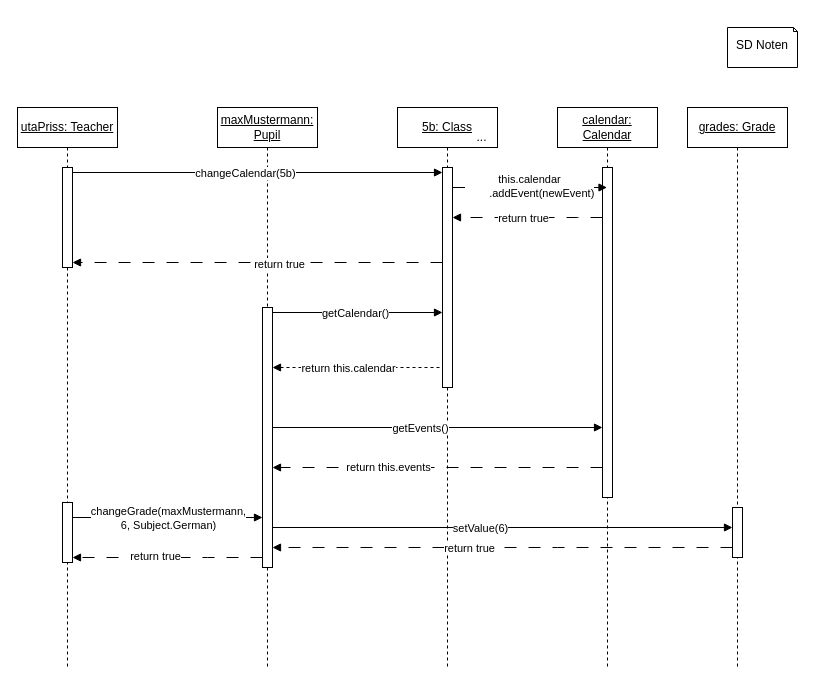
Before: Sequenzdiagramm.drawio in TrainFan1804/SchulverwaltungUML, a draw.io diagram. Source tidied: cells renumbered, new cells numbered last; positions are measured from the earlier drawing's top-left corner, leaving out a move shared by most shapes. Both pictures are drawn from the tidied source at 100%, with x=0, y=0 at pixel (17, 27).
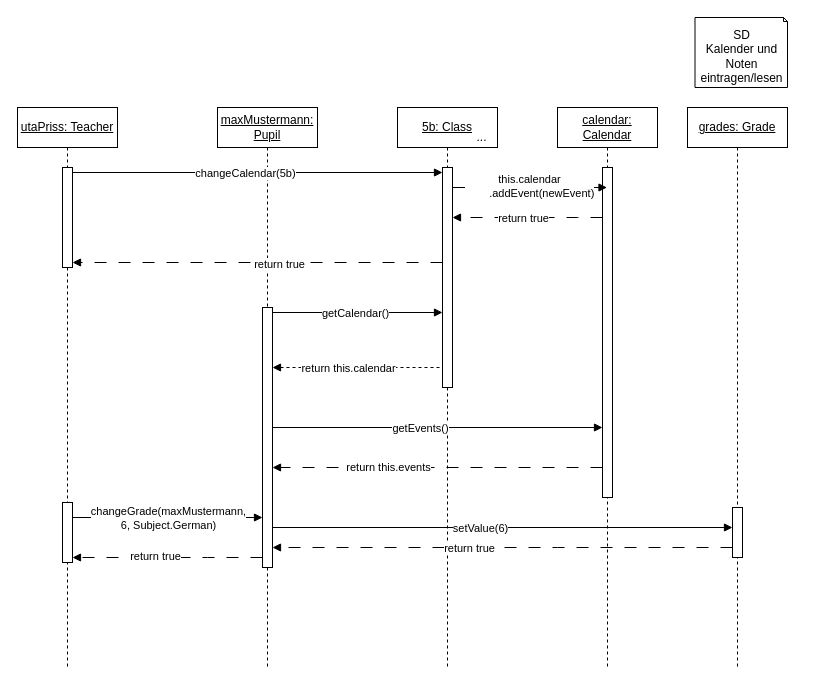
Above is the later version.

Change to the diagram source:
```diff
@@
-    <mxCell id="2" value="SD Noten" style="shape=note2;boundedLbl=1;whiteSpace=wrap;html=1;size=4;verticalAlign=top;align=center;" parent="1" vertex="1">
-      <mxGeometry x="710" width="70" height="40" as="geometry" />
+    <mxCell id="2" value="SD&lt;div&gt;Kalender und Noten&lt;/div&gt;&lt;div&gt;eintragen/lesen&lt;/div&gt;" style="shape=note2;boundedLbl=1;whiteSpace=wrap;html=1;size=4;verticalAlign=top;align=center;" parent="1" vertex="1">
+      <mxGeometry x="677.5" y="-10" width="92.5" height="70" as="geometry" />
     </mxCell>
```
